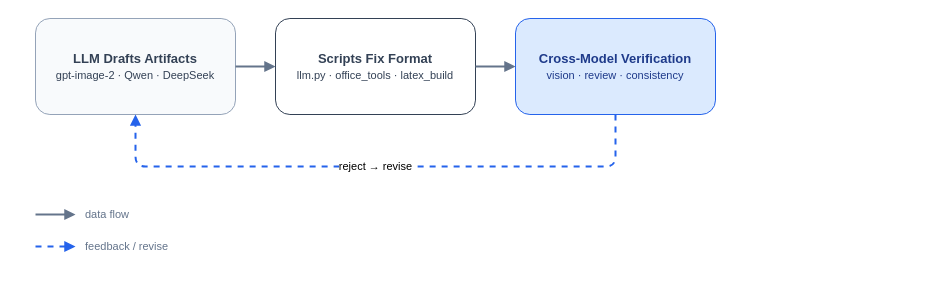
Before: assets/verification-loop.drawio in Azzygoatcoder/agent-useful-skills, a draw.io diagram. Source tidied: cells renumbered, new cells numbered last; positions are measured from the earlier drawing's top-left corner, leaving out a move shared by most shapes. Both pictures are drawn from the tidied source at 100%, with x=0, y=0 at pixel (35, 18).
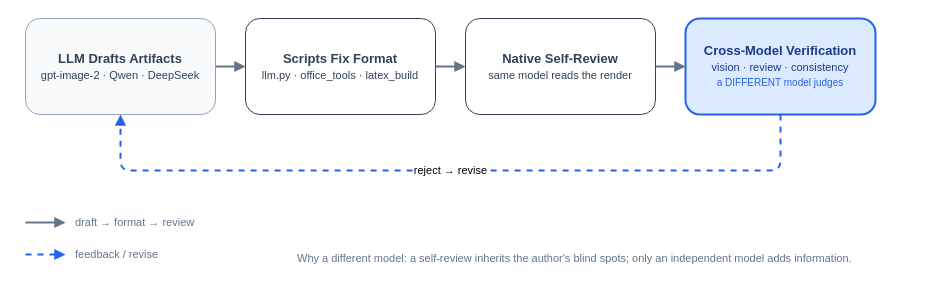
The same diagram, later.

Diff of the diagram source:
```diff
@@
 <mxGraphModel>
   <root>
     <mxCell id="0" />
     <mxCell id="1" parent="0" />
     <mxCell id="2" value="&lt;b&gt;LLM Drafts Artifacts&lt;/b&gt;&lt;br&gt;&lt;font style=&quot;font-size:11px&quot;&gt;gpt-image-2 · Qwen · DeepSeek&lt;/font&gt;" style="rounded=1;whiteSpace=wrap;html=1;fillColor=#f8fafc;strokeColor=#94a3b8;fontColor=#334155;fontSize=13;verticalAlign=middle;align=center;" parent="1" vertex="1">
-      <mxGeometry width="200" height="96" as="geometry" />
+      <mxGeometry x="-10" width="190" height="96" as="geometry" />
     </mxCell>
     <mxCell id="3" value="&lt;b&gt;Scripts Fix Format&lt;/b&gt;&lt;br&gt;&lt;font style=&quot;font-size:11px&quot;&gt;llm.py · office_tools · latex_build&lt;/font&gt;" style="rounded=1;whiteSpace=wrap;html=1;fillColor=#ffffff;strokeColor=#334155;fontColor=#334155;fontSize=13;verticalAlign=middle;align=center;" parent="1" vertex="1">
-      <mxGeometry x="240" width="200" height="96" as="geometry" />
+      <mxGeometry x="210" width="190" height="96" as="geometry" />
     </mxCell>
-    <mxCell id="4" value="&lt;b&gt;Cross-Model Verification&lt;/b&gt;&lt;br&gt;&lt;font style=&quot;font-size:11px&quot;&gt;vision · review · consistency&lt;/font&gt;" style="rounded=1;whiteSpace=wrap;html=1;fillColor=#dbeafe;strokeColor=#2563eb;fontColor=#1e3a8a;fontSize=13;verticalAlign=middle;align=center;" parent="1" vertex="1">
-      <mxGeometry x="480" width="200" height="96" as="geometry" />
+    <mxCell id="4" value="&lt;b&gt;Native Self-Review&lt;/b&gt;&lt;br&gt;&lt;font style=&quot;font-size:11px&quot;&gt;same model reads the render&lt;/font&gt;" style="rounded=1;whiteSpace=wrap;html=1;fillColor=#ffffff;strokeColor=#334155;fontColor=#334155;fontSize=13;verticalAlign=middle;align=center;" parent="1" vertex="1">
+      <mxGeometry x="430" width="190" height="96" as="geometry" />
     </mxCell>
+    <mxCell id="12" value="&lt;b&gt;Cross-Model Verification&lt;/b&gt;&lt;br&gt;&lt;font style=&quot;font-size:11px&quot;&gt;vision · review · consistency&lt;/font&gt;&lt;br&gt;&lt;font style=&quot;font-size:10px&quot; color=&quot;#2563eb&quot;&gt;a DIFFERENT model judges&lt;/font&gt;" style="rounded=1;whiteSpace=wrap;html=1;fillColor=#dbeafe;strokeColor=#2563eb;fontColor=#1e3a8a;fontSize=13;verticalAlign=middle;align=center;strokeWidth=2;" parent="1" vertex="1">
+      <mxGeometry x="650" width="190" height="96" as="geometry" />
+    </mxCell>
     <mxCell id="5" style="endArrow=block;strokeColor=#64748b;strokeWidth=2;html=1;" parent="1" edge="1" source="2" target="3">
       <mxGeometry relative="1" as="geometry" />
     </mxCell>
     <mxCell id="6" style="endArrow=block;strokeColor=#64748b;strokeWidth=2;html=1;" parent="1" edge="1" source="3" target="4">
       <mxGeometry relative="1" as="geometry" />
     </mxCell>
-    <mxCell id="7" value="&lt;font style=&quot;font-size:11px&quot;&gt;reject → revise&lt;/font&gt;" style="edgeStyle=orthogonalEdgeStyle;rounded=1;endArrow=block;dashed=1;strokeColor=#2563eb;strokeWidth=2;html=1;exitX=0.5;exitY=1;exitDx=0;exitDy=0;entryX=0.5;entryY=1;entryDx=0;entryDy=0;" parent="1" edge="1" source="4" target="2">
-      <mxGeometry relative="1" as="geometry">
-        <Array as="points">
-          <mxPoint x="580" y="148" />
-          <mxPoint x="100" y="148" />
-        </Array>
-      </mxGeometry>
+    <mxCell id="7" style="endArrow=block;strokeColor=#64748b;strokeWidth=2;html=1;" parent="1" edge="1" source="4" target="12">
+      <mxGeometry relative="1" as="geometry" />
     </mxCell>
+    <mxCell id="13" value="&lt;font style=&quot;font-size:11px&quot;&gt;reject → revise&lt;/font&gt;" style="edgeStyle=orthogonalEdgeStyle;rounded=1;endArrow=block;dashed=1;strokeColor=#2563eb;strokeWidth=2;html=1;exitX=0.5;exitY=1;exitDx=0;exitDy=0;entryX=0.5;entryY=1;entryDx=0;entryDy=0;" parent="1" edge="1" source="12" target="2">
+      <mxGeometry relative="1" as="geometry">
+        <Array as="points">
+          <mxPoint x="745" y="152" />
+          <mxPoint x="85" y="152" />
+        </Array>
+      </mxGeometry>
+    </mxCell>
     <mxCell id="8" style="endArrow=block;strokeColor=#64748b;strokeWidth=2;html=1;" parent="1" edge="1">
       <mxGeometry relative="1" as="geometry">
-        <mxPoint y="196" as="sourcePoint" />
-        <mxPoint x="40" y="196" as="targetPoint" />
+        <mxPoint x="-10" y="204" as="sourcePoint" />
+        <mxPoint x="30" y="204" as="targetPoint" />
       </mxGeometry>
     </mxCell>
-    <mxCell id="9" value="&lt;font style=&quot;font-size:11px&quot;&gt;data flow&lt;/font&gt;" style="text;html=1;align=left;verticalAlign=middle;fontColor=#64748b;fontSize=11;" parent="1" vertex="1">
-      <mxGeometry x="48" y="184" width="120" height="24" as="geometry" />
+    <mxCell id="9" value="&lt;font style=&quot;font-size:11px&quot;&gt;draft → format → review&lt;/font&gt;" style="text;html=1;align=left;verticalAlign=middle;fontColor=#64748b;fontSize=11;" parent="1" vertex="1">
+      <mxGeometry x="38" y="192" width="180" height="24" as="geometry" />
     </mxCell>
     <mxCell id="10" style="endArrow=block;dashed=1;strokeColor=#2563eb;strokeWidth=2;html=1;" parent="1" edge="1">
       <mxGeometry relative="1" as="geometry">
-        <mxPoint y="228" as="sourcePoint" />
-        <mxPoint x="40" y="228" as="targetPoint" />
+        <mxPoint x="-10" y="236" as="sourcePoint" />
+        <mxPoint x="30" y="236" as="targetPoint" />
       </mxGeometry>
     </mxCell>
     <mxCell id="11" value="&lt;font style=&quot;font-size:11px&quot;&gt;feedback / revise&lt;/font&gt;" style="text;html=1;align=left;verticalAlign=middle;fontColor=#64748b;fontSize=11;" parent="1" vertex="1">
-      <mxGeometry x="48" y="216" width="140" height="24" as="geometry" />
+      <mxGeometry x="38" y="224" width="180" height="24" as="geometry" />
     </mxCell>
+    <mxCell id="14" value="&lt;font style=&quot;font-size:11px&quot;&gt;Why a different model: a self-review inherits the author's blind spots; only an independent model adds information.&lt;/font&gt;" style="text;html=1;align=left;verticalAlign=middle;fontColor=#64748b;fontSize=11;" parent="1" vertex="1">
+      <mxGeometry x="260" y="228" width="640" height="24" as="geometry" />
+    </mxCell>
   </root>
 </mxGraphModel>
```
